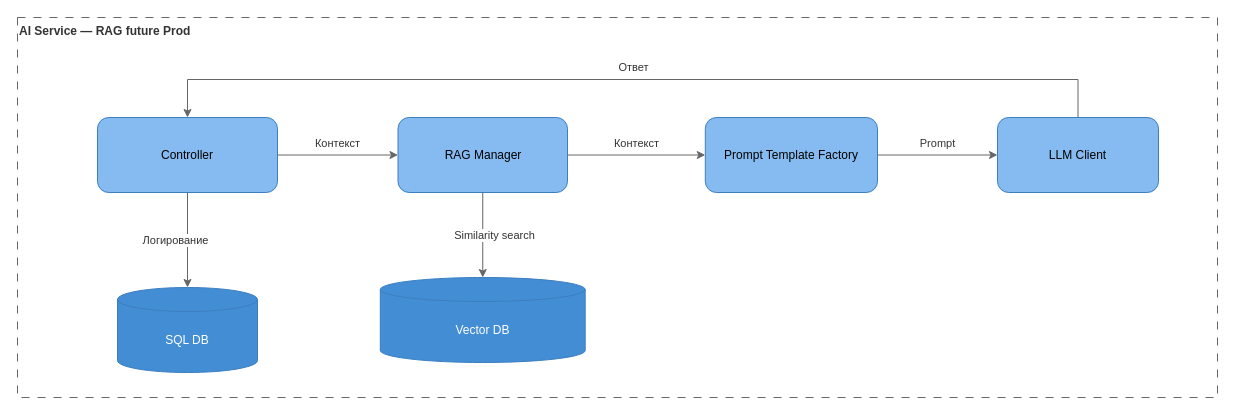
This is hw-2/diagrams/_dev/templates/c3-ai-service-rag-future.drawio from YuesIt17/yuit-docs-ai-architect, a draw.io file, before an edit. Source tidied: cells renumbered, new cells numbered last; positions are measured from the earlier drawing's top-left corner, leaving out a move shared by most shapes. Both pictures are drawn from the tidied source at 100%, with x=0, y=0 at pixel (17, 17).
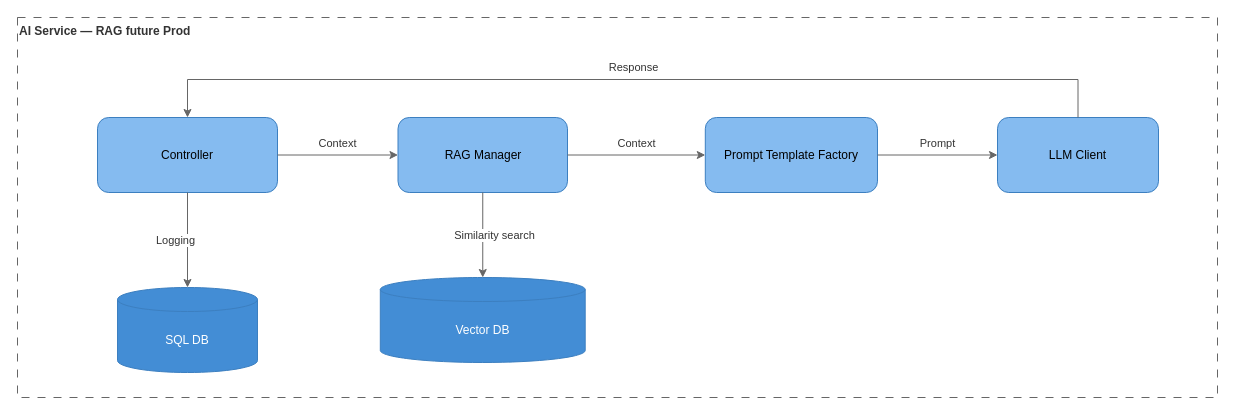
The same page after the edit.

The change refers to these unchanged cells:
```xml
<mxCell id="2" value="AI Service — RAG future Prod" style="rounded=0;whiteSpace=wrap;html=1;dashed=1;dashPattern=8 8;fillColor=none;strokeColor=#666666;align=left;verticalAlign=top;fontStyle=1;fontColor=#333333;" parent="1" vertex="1">
  <mxGeometry width="1200" height="380" as="geometry" />
</mxCell>
<mxCell id="3" value="Controller" style="rounded=1;whiteSpace=wrap;html=1;fillColor=#85BBF0;strokeColor=#3C7FC0;fontColor=#000000;align=center;" parent="2" vertex="1">
  <mxGeometry x="80" y="100" width="180" height="75" as="geometry" />
</mxCell>
<mxCell id="4" value="RAG Manager" style="rounded=1;whiteSpace=wrap;html=1;fillColor=#85BBF0;strokeColor=#3C7FC0;fontColor=#000000;align=center;" parent="2" vertex="1">
  <mxGeometry x="380.5" y="100" width="169.5" height="75" as="geometry" />
</mxCell>
<mxCell id="5" value="Prompt Template&amp;#10;Factory" style="rounded=1;whiteSpace=wrap;html=1;fillColor=#85BBF0;strokeColor=#3C7FC0;fontColor=#000000;align=center;" parent="2" vertex="1">
  <mxGeometry x="687.8" y="100" width="172.2" height="75" as="geometry" />
</mxCell>
<mxCell id="6" value="LLM Client" style="rounded=1;whiteSpace=wrap;html=1;fillColor=#85BBF0;strokeColor=#3C7FC0;fontColor=#000000;align=center;" parent="2" vertex="1">
  <mxGeometry x="980" y="100" width="161" height="75" as="geometry" />
</mxCell>
<mxCell id="13" value="SQL DB" style="shape=cylinder3;whiteSpace=wrap;html=1;boundedLbl=1;backgroundOutline=1;size=12;fillColor=#438DD5;strokeColor=#3C7FC0;fontColor=#ffffff;" parent="1" vertex="1">
  <mxGeometry x="100" y="270" width="140" height="85" as="geometry" />
</mxCell>
```

Diff of the diagram source:
```diff
@@
-    <mxCell id="7" value="Контекст" style="edgeStyle=orthogonalEdgeStyle;rounded=0;jettySize=auto;html=1;strokeColor=#666666;fontColor=#333333;labelBackgroundColor=#ffffff;exitX=1;exitY=0.5;exitDx=0;exitDy=0;entryX=0;entryY=0.5;entryDx=0;entryDy=0;" parent="2" edge="1" source="3" target="4">
+    <mxCell id="7" value="Context" style="edgeStyle=orthogonalEdgeStyle;rounded=0;jettySize=auto;html=1;strokeColor=#666666;fontColor=#333333;labelBackgroundColor=#ffffff;exitX=1;exitY=0.5;exitDx=0;exitDy=0;entryX=0;entryY=0.5;entryDx=0;entryDy=0;" parent="2" edge="1" source="3" target="4">
       <mxGeometry relative="1" as="geometry">
         <mxPoint y="-12" as="offset" />
       </mxGeometry>
     </mxCell>
-    <mxCell id="8" value="Контекст" style="edgeStyle=orthogonalEdgeStyle;rounded=0;jettySize=auto;html=1;strokeColor=#666666;fontColor=#333333;labelBackgroundColor=#ffffff;exitX=1;exitY=0.5;exitDx=0;exitDy=0;entryX=0;entryY=0.5;entryDx=0;entryDy=0;" parent="2" edge="1" source="4" target="5">
+    <mxCell id="8" value="Context" style="edgeStyle=orthogonalEdgeStyle;rounded=0;jettySize=auto;html=1;strokeColor=#666666;fontColor=#333333;labelBackgroundColor=#ffffff;exitX=1;exitY=0.5;exitDx=0;exitDy=0;entryX=0;entryY=0.5;entryDx=0;entryDy=0;" parent="2" edge="1" source="4" target="5">
       <mxGeometry relative="1" as="geometry">
         <mxPoint y="-12" as="offset" />
       </mxGeometry>
     </mxCell>
@@
-    <mxCell id="10" value="Ответ" style="edgeStyle=orthogonalEdgeStyle;rounded=0;jettySize=auto;html=1;strokeColor=#666666;fontColor=#333333;labelBackgroundColor=#ffffff;exitX=0.5;exitY=0;exitDx=0;exitDy=0;entryX=0.5;entryY=0;entryDx=0;entryDy=0;" parent="2" edge="1" source="6" target="3">
+    <mxCell id="10" value="Response" style="edgeStyle=orthogonalEdgeStyle;rounded=0;jettySize=auto;html=1;strokeColor=#666666;fontColor=#333333;labelBackgroundColor=#ffffff;exitX=0.5;exitY=0;exitDx=0;exitDy=0;entryX=0.5;entryY=0;entryDx=0;entryDy=0;" parent="2" edge="1" source="6" target="3">
       <mxGeometry relative="1" as="geometry">
         <Array as="points">
           <mxPoint x="1060" y="62" />
           <mxPoint x="170" y="62" />
         </Array>
         <mxPoint y="-12" as="offset" />
       </mxGeometry>
     </mxCell>
@@
-    <mxCell id="14" value="Логирование" style="edgeStyle=orthogonalEdgeStyle;rounded=0;jettySize=auto;html=1;strokeColor=#666666;fontColor=#333333;labelBackgroundColor=#ffffff;exitX=0.5;exitY=1;exitDx=0;exitDy=0;entryX=0.5;entryY=0;entryDx=0;entryDy=0;" parent="1" edge="1" source="3" target="13">
+    <mxCell id="14" value="Logging" style="edgeStyle=orthogonalEdgeStyle;rounded=0;jettySize=auto;html=1;strokeColor=#666666;fontColor=#333333;labelBackgroundColor=#ffffff;exitX=0.5;exitY=1;exitDx=0;exitDy=0;entryX=0.5;entryY=0;entryDx=0;entryDy=0;" parent="1" edge="1" source="3" target="13">
       <mxGeometry relative="1" as="geometry">
         <mxPoint x="-12" as="offset" />
       </mxGeometry>
     </mxCell>
```
